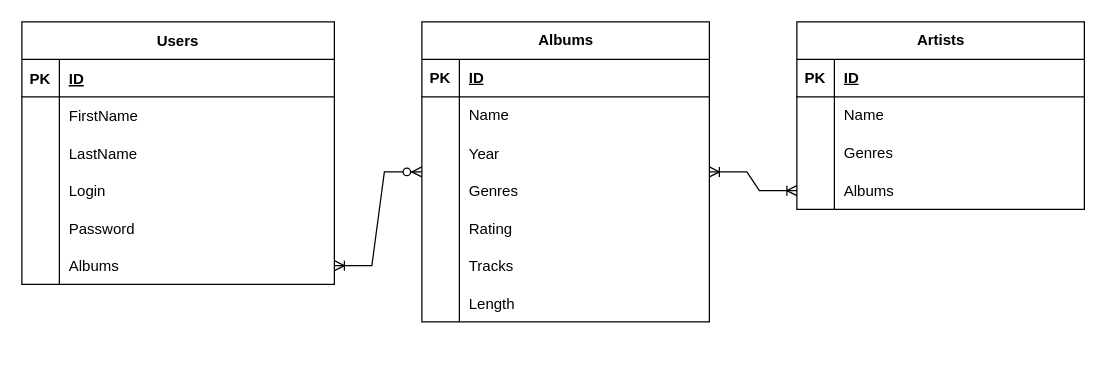
This is TurntableERD.drawio from kilkennylj/Turntable, a draw.io file, before an edit. Source tidied: cells renumbered, new cells numbered last; positions are measured from the earlier drawing's top-left corner, leaving out a move shared by most shapes. Both pictures are drawn from the tidied source at 125%, with x=0, y=0 at pixel (21, 21).
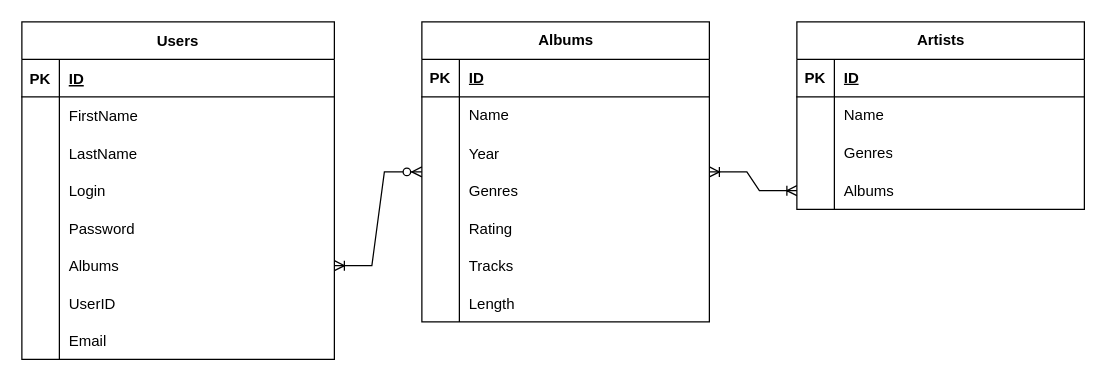
Above is the later version.

Commit message:
Now final I believe

Change to the diagram source:
```diff
@@
     <mxCell id="2" value="Users" style="shape=table;startSize=30;childLayout=tableLayout;rowLines=0;fontStyle=1;align=center;" parent="1" vertex="1">
-      <mxGeometry width="250" height="210" as="geometry" />
+      <mxGeometry width="250" height="270" as="geometry" />
     </mxCell>
@@
+    <mxCell id="58" style="shape=tableRow;horizontal=0;startSize=0;swimlaneHead=0;swimlaneBody=0;fillColor=none;top=0;left=0;right=0;bottom=0;" parent="2" vertex="1">
+      <mxGeometry y="210" width="250" height="30" as="geometry" />
+    </mxCell>
+    <mxCell id="59" style="shape=partialRectangle;fillColor=none;top=0;left=0;bottom=0;right=0;overflow=hidden;" parent="58" vertex="1">
+      <mxGeometry width="30" height="30" as="geometry" />
+    </mxCell>
+    <mxCell id="60" value="UserID" style="shape=partialRectangle;fillColor=none;top=0;left=0;bottom=0;right=0;align=left;spacingLeft=6;overflow=hidden;" parent="58" vertex="1">
+      <mxGeometry x="30" width="220" height="30" as="geometry" />
+    </mxCell>
+    <mxCell id="61" style="shape=tableRow;horizontal=0;startSize=0;swimlaneHead=0;swimlaneBody=0;fillColor=none;top=0;left=0;right=0;bottom=0;" parent="2" vertex="1">
+      <mxGeometry y="240" width="250" height="30" as="geometry" />
+    </mxCell>
+    <mxCell id="62" style="shape=partialRectangle;fillColor=none;top=0;left=0;bottom=0;right=0;overflow=hidden;" parent="61" vertex="1">
+      <mxGeometry width="30" height="30" as="geometry" />
+    </mxCell>
+    <mxCell id="63" value="Email" style="shape=partialRectangle;fillColor=none;top=0;left=0;bottom=0;right=0;align=left;spacingLeft=6;overflow=hidden;" parent="61" vertex="1">
+      <mxGeometry x="30" width="220" height="30" as="geometry" />
+    </mxCell>
```
